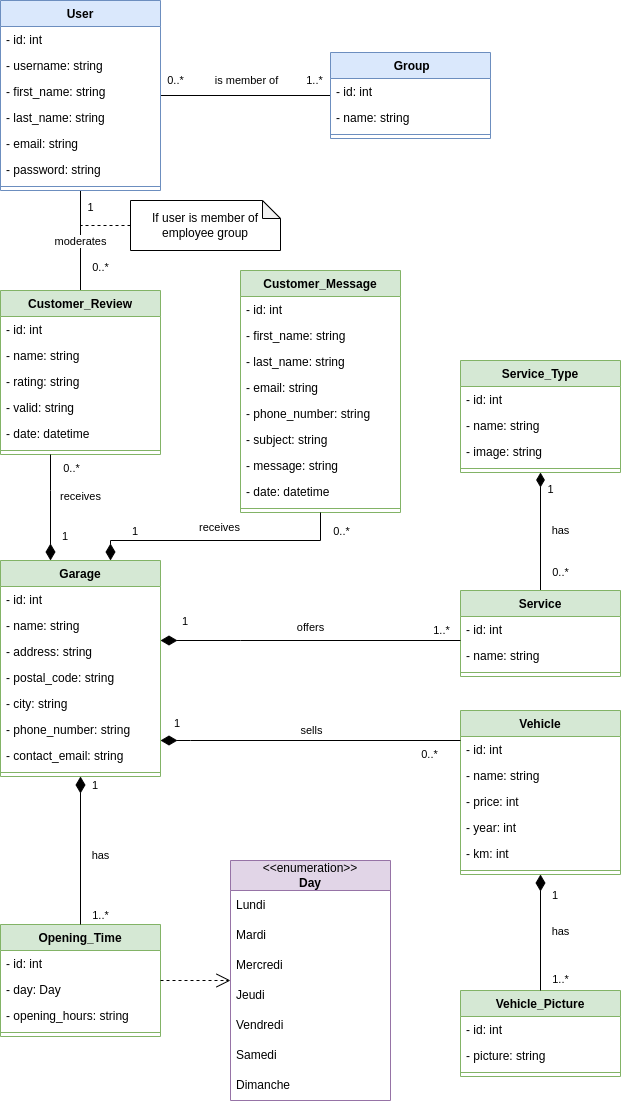
This is diagramme_classe.drawio.png from floretcl/ECF-TP-DWWM-Garage-02-06-2023, a draw.io export, as it was before one commit. Source tidied: cells renumbered, new cells last; positions are measured from the earlier drawing's top-left corner, leaving out a move shared by most shapes.
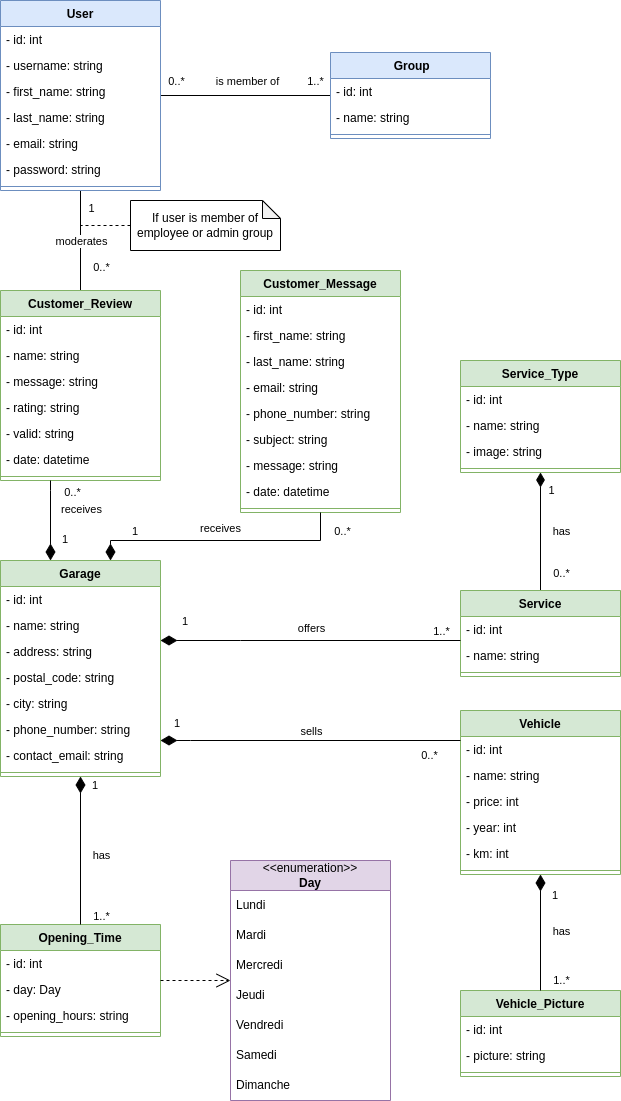
After the commit.

Commit message:
update class diagram

What changed in the source:
```diff
@@ -75,7 +75,7 @@
       <mxGeometry y="78" width="160" height="8" as="geometry" />
     </mxCell>
     <mxCell id="22" value="Customer_Review" style="swimlane;fontStyle=1;align=center;verticalAlign=top;horizontal=1;startSize=26;whiteSpace=wrap;html=1;fillColor=#d5e8d4;strokeColor=#82b366;" parent="1" vertex="1">
-      <mxGeometry y="290" width="160" height="164" as="geometry" />
+      <mxGeometry y="290" width="160" height="190" as="geometry" />
     </mxCell>
     <mxCell id="23" value="- id: int" style="text;strokeColor=none;fillColor=none;align=left;verticalAlign=top;spacingLeft=4;spacingRight=4;overflow=hidden;whiteSpace=wrap;html=1;" parent="22" vertex="1">
       <mxGeometry y="26" width="160" height="26" as="geometry" />
@@ -83,17 +83,20 @@
     <mxCell id="24" value="- name: string" style="text;strokeColor=none;fillColor=none;align=left;verticalAlign=top;spacingLeft=4;spacingRight=4;overflow=hidden;whiteSpace=wrap;html=1;" parent="22" vertex="1">
       <mxGeometry y="52" width="160" height="26" as="geometry" />
     </mxCell>
-    <mxCell id="25" value="- rating: string" style="text;strokeColor=none;fillColor=none;align=left;verticalAlign=top;spacingLeft=4;spacingRight=4;overflow=hidden;whiteSpace=wrap;html=1;" parent="22" vertex="1">
+    <mxCell id="25" value="- message: string" style="text;strokeColor=none;fillColor=none;align=left;verticalAlign=top;spacingLeft=4;spacingRight=4;overflow=hidden;whiteSpace=wrap;html=1;" parent="22" vertex="1">
       <mxGeometry y="78" width="160" height="26" as="geometry" />
     </mxCell>
+    <mxCell id="106" value="- rating: string" style="text;strokeColor=none;fillColor=none;align=left;verticalAlign=top;spacingLeft=4;spacingRight=4;overflow=hidden;whiteSpace=wrap;html=1;" parent="22" vertex="1">
+      <mxGeometry y="104" width="160" height="26" as="geometry" />
+    </mxCell>
     <mxCell id="26" value="- valid: string" style="text;strokeColor=none;fillColor=none;align=left;verticalAlign=top;spacingLeft=4;spacingRight=4;overflow=hidden;whiteSpace=wrap;html=1;" parent="22" vertex="1">
-      <mxGeometry y="104" width="160" height="26" as="geometry" />
+      <mxGeometry y="130" width="160" height="26" as="geometry" />
     </mxCell>
     <mxCell id="27" value="- date: datetime" style="text;strokeColor=none;fillColor=none;align=left;verticalAlign=top;spacingLeft=4;spacingRight=4;overflow=hidden;whiteSpace=wrap;html=1;" parent="22" vertex="1">
-      <mxGeometry y="130" width="160" height="26" as="geometry" />
+      <mxGeometry y="156" width="160" height="26" as="geometry" />
     </mxCell>
     <mxCell id="28" style="line;strokeWidth=1;fillColor=none;align=left;verticalAlign=middle;spacingTop=-1;spacingLeft=3;spacingRight=3;labelPosition=right;strokeColor=inherit;" parent="22" vertex="1">
-      <mxGeometry y="156" width="160" height="8" as="geometry" />
+      <mxGeometry y="182" width="160" height="8" as="geometry" />
     </mxCell>
     <mxCell id="29" value="Customer_Message" style="swimlane;fontStyle=1;align=center;verticalAlign=top;horizontal=1;startSize=26;whiteSpace=wrap;html=1;fillColor=#d5e8d4;strokeColor=#82b366;" parent="1" vertex="1">
       <mxGeometry x="240" y="270" width="160" height="242" as="geometry" />
@@ -375,7 +378,7 @@
         <mxPoint x="31" y="-12" as="offset" />
       </mxGeometry>
     </mxCell>
-    <mxCell id="104" value="If user is member of employee group" style="shape=note;whiteSpace=wrap;html=1;backgroundOutline=1;darkOpacity=0.05;size=18;" parent="1" vertex="1">
+    <mxCell id="104" value="If user is member of employee or admin group" style="shape=note;whiteSpace=wrap;html=1;backgroundOutline=1;darkOpacity=0.05;size=18;" parent="1" vertex="1">
       <mxGeometry x="130" y="200" width="150" height="50" as="geometry" />
     </mxCell>
     <mxCell id="105" style="endArrow=none;dashed=1;html=1;rounded=0;exitX=0;exitY=0.5;exitDx=0;exitDy=0;exitPerimeter=0;" parent="1" edge="1" source="104">
```
